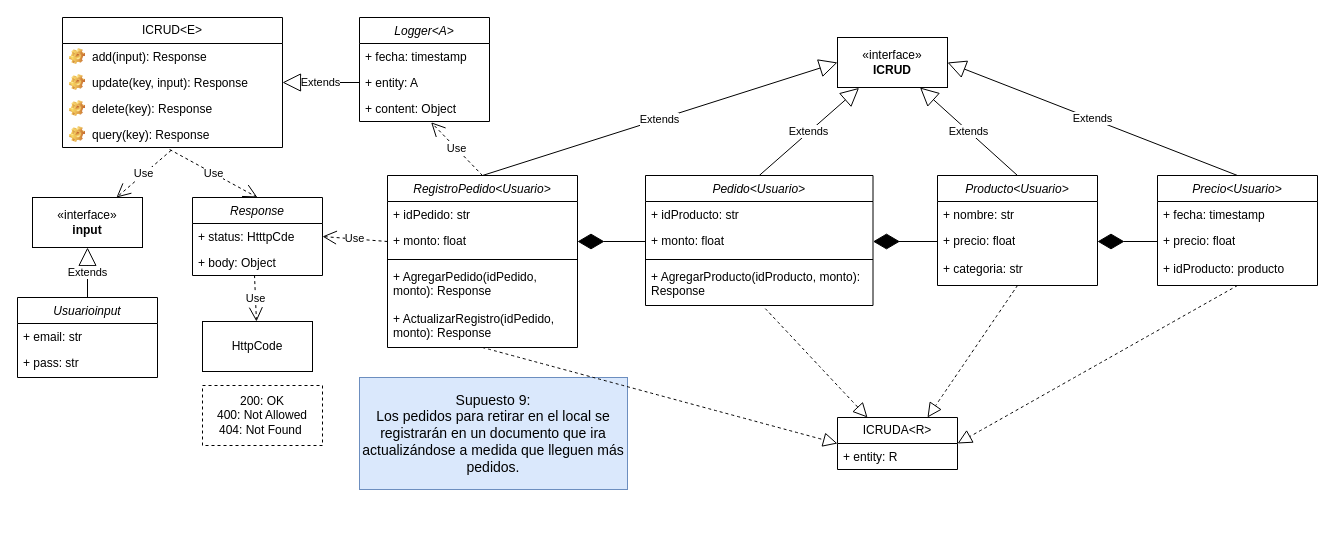
This is Front-End_Sprint/DiagramaSupuesto9.drawio from Giggin-html/dwm4, a draw.io file, before an edit. Source tidied: cells renumbered, new cells numbered last; positions are measured from the earlier drawing's top-left corner, leaving out a move shared by most shapes. Both pictures are drawn from the tidied source at 100%, with x=0, y=0 at pixel (17, 17).
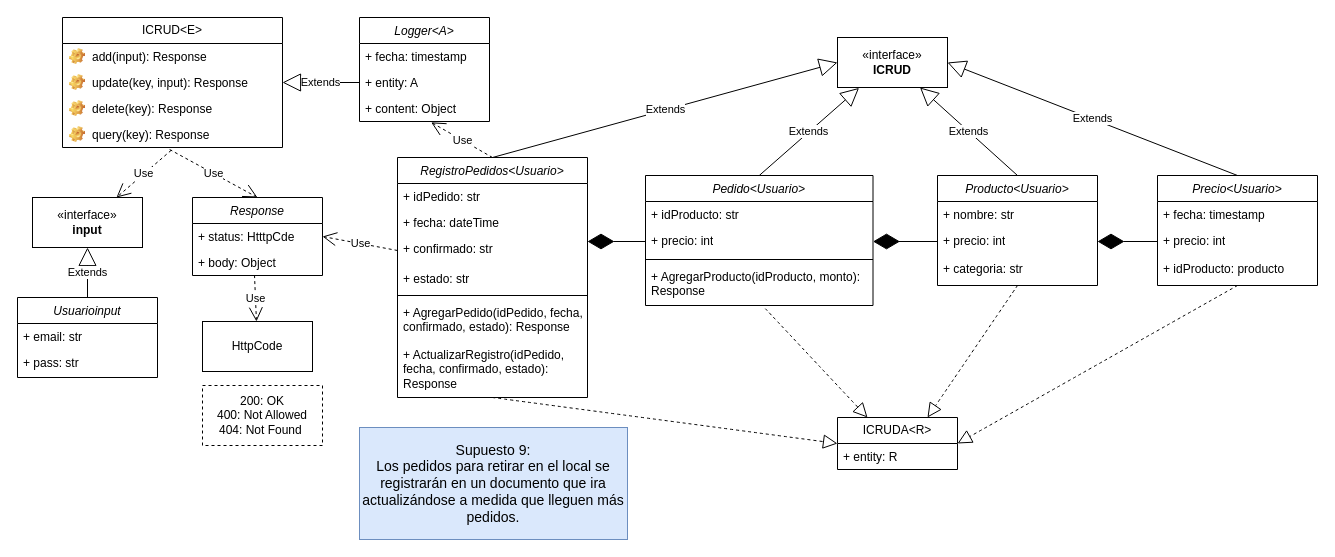
The same page after the edit.

Unchanged cells that the change refers to:
```xml
<mxCell id="15" value="+ status: HtttpCde" style="text;strokeColor=none;fillColor=none;align=left;verticalAlign=top;spacingLeft=4;spacingRight=4;overflow=hidden;points=[[0,0.5],[1,0.5]];portConstraint=eastwest;whiteSpace=wrap;html=1;" parent="14" vertex="1">
  <mxGeometry y="26" width="130" height="26" as="geometry" />
</mxCell>
<mxCell id="32" value="Pedido&lt;Usuario&gt;" style="swimlane;fontStyle=2;align=center;verticalAlign=top;horizontal=1;startSize=26;rounded=0;shadow=0;strokeWidth=1;" parent="1" vertex="1">
  <mxGeometry x="628" y="158" width="227.5" height="130" as="geometry" />
</mxCell>
<mxCell id="37" value="Producto&lt;Usuario&gt;" style="swimlane;fontStyle=2;align=center;verticalAlign=top;horizontal=1;startSize=26;rounded=0;shadow=0;strokeWidth=1;" parent="1" vertex="1">
  <mxGeometry x="920" y="158" width="160" height="110" as="geometry" />
</mxCell>
<mxCell id="41" value="Precio&lt;Usuario&gt;" style="swimlane;fontStyle=2;align=center;verticalAlign=top;horizontal=1;startSize=26;rounded=0;shadow=0;strokeWidth=1;" parent="1" vertex="1">
  <mxGeometry x="1140" y="158" width="160" height="110" as="geometry" />
</mxCell>
```

Diff of the diagram source:
```diff
@@
     <mxCell id="2" value="&lt;font style=&quot;font-size: 14px;&quot;&gt;&amp;nbsp;Supuesto 9:&amp;nbsp;&lt;/font&gt;&lt;div&gt;&lt;span style=&quot;font-size: 14px;&quot;&gt;Los pedidos para retirar en el local se registrarán en un documento que ira&lt;/span&gt;&lt;br style=&quot;font-size: 14px;&quot;&gt;&lt;span style=&quot;font-size: 14px;&quot;&gt;actualizándose a medida que lleguen más pedidos.&lt;/span&gt;&lt;/div&gt;" style="html=1;whiteSpace=wrap;fillColor=#dae8fc;strokeColor=#6c8ebf;" parent="1" vertex="1">
-      <mxGeometry x="342" y="360" width="268" height="112" as="geometry" />
+      <mxGeometry x="342" y="410" width="268" height="112" as="geometry" />
     </mxCell>
@@
-    <mxCell id="22" value="Use" style="endArrow=open;endSize=12;dashed=1;html=1;rounded=0;entryX=1;entryY=0.5;entryDx=0;entryDy=0;exitX=0;exitY=0.5;exitDx=0;exitDy=0;" parent="1" edge="1" source="51" target="15">
+    <mxCell id="22" value="Use" style="endArrow=open;endSize=12;dashed=1;html=1;rounded=0;entryX=1;entryY=0.5;entryDx=0;entryDy=0;exitX=0;exitY=0.5;exitDx=0;exitDy=0;" parent="1" edge="1" source="62" target="15">
       <mxGeometry relative="1" as="geometry" />
     </mxCell>
@@
-    <mxCell id="34" value="+ monto: float" style="text;strokeColor=none;fillColor=none;align=left;verticalAlign=top;spacingLeft=4;spacingRight=4;overflow=hidden;points=[[0,0.5],[1,0.5]];portConstraint=eastwest;whiteSpace=wrap;html=1;" parent="32" vertex="1">
+    <mxCell id="34" value="+ precio: int" style="text;strokeColor=none;fillColor=none;align=left;verticalAlign=top;spacingLeft=4;spacingRight=4;overflow=hidden;points=[[0,0.5],[1,0.5]];portConstraint=eastwest;whiteSpace=wrap;html=1;" parent="32" vertex="1">
       <mxGeometry y="52" width="227.5" height="28" as="geometry" />
     </mxCell>
@@
-    <mxCell id="39" value="+ precio: float" style="text;strokeColor=none;fillColor=none;align=left;verticalAlign=top;spacingLeft=4;spacingRight=4;overflow=hidden;points=[[0,0.5],[1,0.5]];portConstraint=eastwest;whiteSpace=wrap;html=1;" parent="37" vertex="1">
+    <mxCell id="39" value="+ precio: int" style="text;strokeColor=none;fillColor=none;align=left;verticalAlign=top;spacingLeft=4;spacingRight=4;overflow=hidden;points=[[0,0.5],[1,0.5]];portConstraint=eastwest;whiteSpace=wrap;html=1;" parent="37" vertex="1">
       <mxGeometry y="52" width="160" height="28" as="geometry" />
     </mxCell>
@@
-    <mxCell id="43" value="+ precio: float" style="text;strokeColor=none;fillColor=none;align=left;verticalAlign=top;spacingLeft=4;spacingRight=4;overflow=hidden;points=[[0,0.5],[1,0.5]];portConstraint=eastwest;whiteSpace=wrap;html=1;" parent="41" vertex="1">
+    <mxCell id="43" value="+ precio: int" style="text;strokeColor=none;fillColor=none;align=left;verticalAlign=top;spacingLeft=4;spacingRight=4;overflow=hidden;points=[[0,0.5],[1,0.5]];portConstraint=eastwest;whiteSpace=wrap;html=1;" parent="41" vertex="1">
       <mxGeometry y="52" width="160" height="28" as="geometry" />
     </mxCell>
@@
-    <mxCell id="49" value="RegistroPedido&lt;Usuario&gt;" style="swimlane;fontStyle=2;align=center;verticalAlign=top;horizontal=1;startSize=26;rounded=0;shadow=0;strokeWidth=1;" parent="1" vertex="1">
-      <mxGeometry x="370" y="158" width="190" height="172" as="geometry" />
+    <mxCell id="49" value="RegistroPedidos&lt;Usuario&gt;" style="swimlane;fontStyle=2;align=center;verticalAlign=top;horizontal=1;startSize=26;rounded=0;shadow=0;strokeWidth=1;" parent="1" vertex="1">
+      <mxGeometry x="380" y="140" width="190" height="240" as="geometry" />
     </mxCell>
@@
-    <mxCell id="51" value="+ monto: float" style="text;strokeColor=none;fillColor=none;align=left;verticalAlign=top;spacingLeft=4;spacingRight=4;overflow=hidden;points=[[0,0.5],[1,0.5]];portConstraint=eastwest;whiteSpace=wrap;html=1;" parent="49" vertex="1">
-      <mxGeometry y="52" width="190" height="28" as="geometry" />
-    </mxCell>
+    <mxCell id="61" value="+ fecha: dateTime" style="text;strokeColor=none;fillColor=none;align=left;verticalAlign=top;spacingLeft=4;spacingRight=4;overflow=hidden;whiteSpace=wrap;html=1;" parent="49" vertex="1">
+      <mxGeometry y="52" width="190" height="26" as="geometry" />
+    </mxCell>
+    <mxCell id="62" value="+ confirmado: str" style="text;strokeColor=none;fillColor=none;align=left;verticalAlign=top;spacingLeft=4;spacingRight=4;overflow=hidden;points=[[0,0.5],[1,0.5]];portConstraint=eastwest;whiteSpace=wrap;html=1;" parent="49" vertex="1">
+      <mxGeometry y="78" width="190" height="30" as="geometry" />
+    </mxCell>
+    <mxCell id="63" value="+ estado: str" style="text;strokeColor=none;fillColor=none;align=left;verticalAlign=top;spacingLeft=4;spacingRight=4;overflow=hidden;whiteSpace=wrap;html=1;" parent="49" vertex="1">
+      <mxGeometry y="108" width="190" height="26" as="geometry" />
+    </mxCell>
     <mxCell id="52" style="line;html=1;strokeWidth=1;align=left;verticalAlign=middle;spacingTop=-1;spacingLeft=3;spacingRight=3;labelPosition=right;" parent="49" vertex="1">
-      <mxGeometry y="80" width="190" height="8" as="geometry" />
+      <mxGeometry y="134" width="190" height="8" as="geometry" />
     </mxCell>
-    <mxCell id="53" value="+ AgregarPedido(idPedido, monto): Response" style="text;strokeColor=none;fillColor=none;align=left;verticalAlign=top;spacingLeft=4;spacingRight=4;overflow=hidden;whiteSpace=wrap;html=1;" parent="49" vertex="1">
-      <mxGeometry y="88" width="190" height="42" as="geometry" />
+    <mxCell id="53" value="+ AgregarPedido(idPedido, fecha, confirmado, estado): Response" style="text;strokeColor=none;fillColor=none;align=left;verticalAlign=top;spacingLeft=4;spacingRight=4;overflow=hidden;whiteSpace=wrap;html=1;" parent="49" vertex="1">
+      <mxGeometry y="142" width="190" height="42" as="geometry" />
     </mxCell>
-    <mxCell id="54" value="+ ActualizarRegistro(idPedido, monto): Response" style="text;strokeColor=none;fillColor=none;align=left;verticalAlign=top;spacingLeft=4;spacingRight=4;overflow=hidden;whiteSpace=wrap;html=1;" parent="49" vertex="1">
-      <mxGeometry y="130" width="190" height="42" as="geometry" />
+    <mxCell id="54" value="+ ActualizarRegistro(idPedido, fecha, confirmado, estado): Response" style="text;strokeColor=none;fillColor=none;align=left;verticalAlign=top;spacingLeft=4;spacingRight=4;overflow=hidden;whiteSpace=wrap;html=1;" parent="49" vertex="1">
+      <mxGeometry y="184" width="190" height="46" as="geometry" />
     </mxCell>
-    <mxCell id="55" style="endArrow=diamondThin;endFill=1;endSize=24;html=1;rounded=0;exitX=0;exitY=0.5;exitDx=0;exitDy=0;entryX=1;entryY=0.5;entryDx=0;entryDy=0;" parent="1" edge="1" source="34" target="51">
-      <mxGeometry relative="1" as="geometry" />
+    <mxCell id="55" style="endArrow=diamondThin;endFill=1;endSize=24;html=1;rounded=0;exitX=0;exitY=0.5;exitDx=0;exitDy=0;" parent="1" edge="1" source="34">
+      <mxGeometry relative="1" as="geometry">
+        <mxPoint x="570" y="224" as="targetPoint" />
+      </mxGeometry>
     </mxCell>
```
